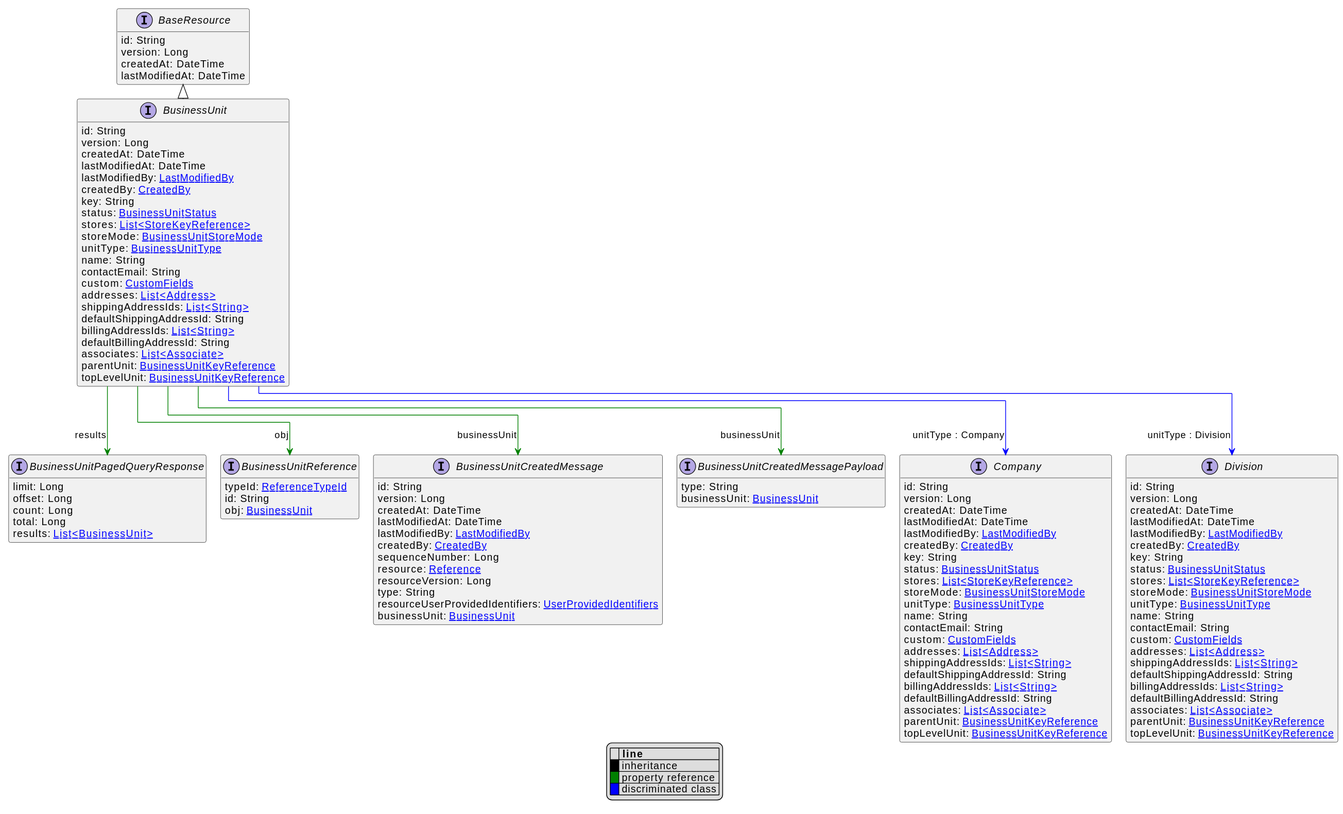
commercetools/commercetools-api-reference keeps this PlantUML diagram as uml/api/svg/BusinessUnit.svg. Above is the earlier version.
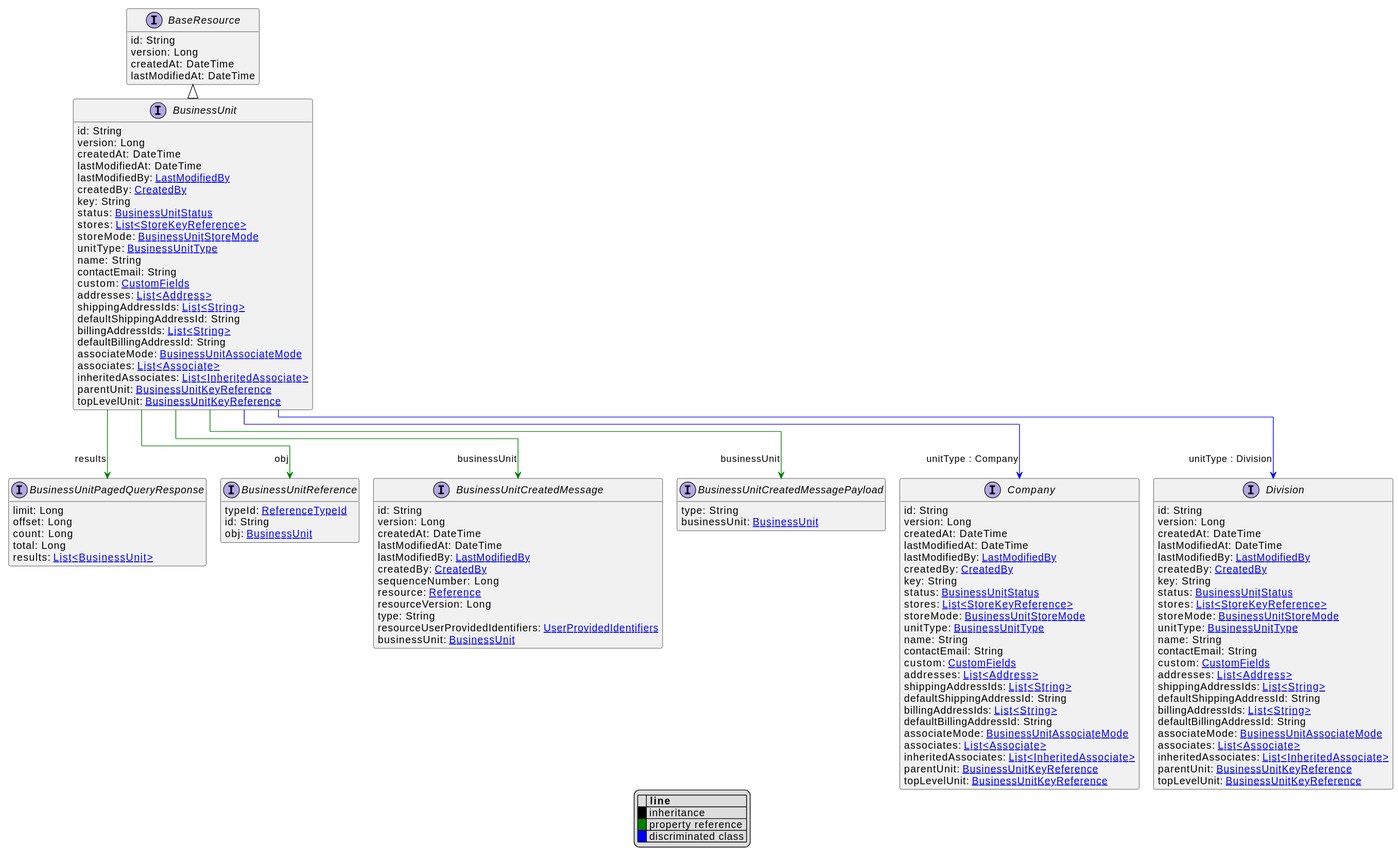
After the change.

Change to the diagram source:
```diff
@@ -28,7 +28,9 @@
     defaultShippingAddressId: String
     billingAddressIds: [[String.svg List<String>]]
     defaultBillingAddressId: String
+    associateMode: [[BusinessUnitAssociateMode.svg BusinessUnitAssociateMode]]
     associates: [[Associate.svg List<Associate>]]
+    inheritedAssociates: [[InheritedAssociate.svg List<InheritedAssociate>]]
     parentUnit: [[BusinessUnitKeyReference.svg BusinessUnitKeyReference]]
     topLevelUnit: [[BusinessUnitKeyReference.svg BusinessUnitKeyReference]]
 }
@@ -59,7 +61,9 @@
     defaultShippingAddressId: String
     billingAddressIds: [[String.svg List<String>]]
     defaultBillingAddressId: String
+    associateMode: [[BusinessUnitAssociateMode.svg BusinessUnitAssociateMode]]
     associates: [[Associate.svg List<Associate>]]
+    inheritedAssociates: [[InheritedAssociate.svg List<InheritedAssociate>]]
     parentUnit: [[BusinessUnitKeyReference.svg BusinessUnitKeyReference]]
     topLevelUnit: [[BusinessUnitKeyReference.svg BusinessUnitKeyReference]]
 }
@@ -83,7 +87,9 @@
     defaultShippingAddressId: String
     billingAddressIds: [[String.svg List<String>]]
     defaultBillingAddressId: String
+    associateMode: [[BusinessUnitAssociateMode.svg BusinessUnitAssociateMode]]
     associates: [[Associate.svg List<Associate>]]
+    inheritedAssociates: [[InheritedAssociate.svg List<InheritedAssociate>]]
     parentUnit: [[BusinessUnitKeyReference.svg BusinessUnitKeyReference]]
     topLevelUnit: [[BusinessUnitKeyReference.svg BusinessUnitKeyReference]]
 }
```
